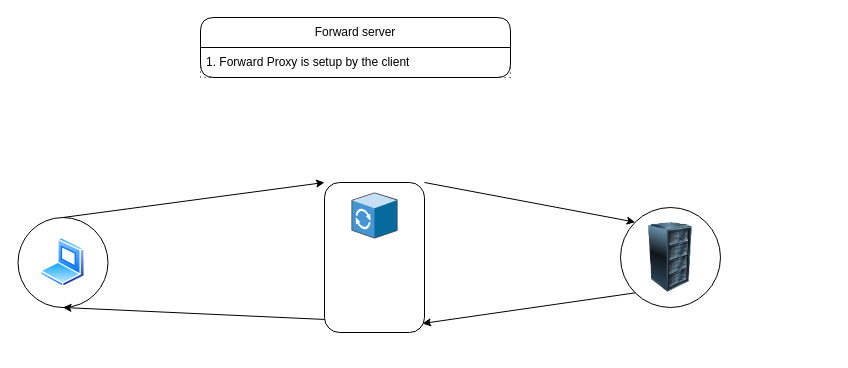
The draw.io diagram computer-networking/proxy-server/forward-proxy/forward-proxy.dio in knkrn5/Programming-Concepts, before the edit. Source tidied: cells renumbered, new cells numbered last; positions are measured from the earlier drawing's top-left corner, leaving out a move shared by most shapes. Both pictures are drawn from the tidied source at 100%, with x=0, y=0 at pixel (18, 17).
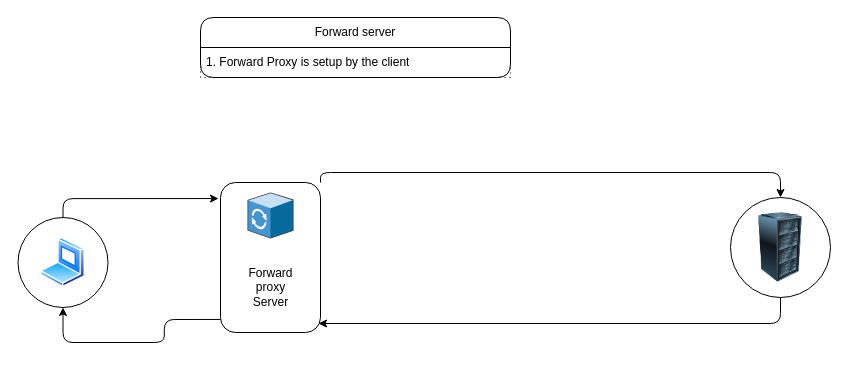
Above is the later version.

Diff of the diagram source:
```diff
@@
 <mxGraphModel background="#ffffff">
   <root>
     <mxCell id="0" />
     <mxCell id="1" parent="0" />
     <mxCell id="2" value="Forward server" style="swimlane;fontStyle=0;horizontal=1;startSize=30;whiteSpace=wrap;html=1;rounded=1;" parent="1" vertex="1">
       <mxGeometry x="182" width="310" height="60" as="geometry" />
     </mxCell>
     <mxCell id="3" value="1. Forward Proxy is setup by the client" style="text;strokeColor=default;fillColor=none;align=left;verticalAlign=middle;spacingLeft=4;spacingRight=4;overflow=hidden;whiteSpace=wrap;html=1;dashed=1;dashPattern=1 4;" parent="2" vertex="1">
       <mxGeometry y="30" width="310" height="30" as="geometry" />
     </mxCell>
     <mxCell id="4" style="group;" parent="1" vertex="1">
       <mxGeometry x="-0.5" y="200" width="90" height="90" as="geometry" />
     </mxCell>
     <mxCell id="5" style="image;perimeter=ellipsePerimeter;html=1;align=center;shadow=0;dashed=0;spacingTop=3;image=img/lib/active_directory/laptop_client.svg;" parent="4" vertex="1">
       <mxGeometry x="22.5" y="20" width="45" height="50" as="geometry" />
     </mxCell>
     <mxCell id="6" style="ellipse;whiteSpace=wrap;html=1;fillColor=none;" parent="4" vertex="1">
       <mxGeometry width="90" height="90" as="geometry" />
     </mxCell>
     <mxCell id="7" style="group;" parent="1" vertex="1">
-      <mxGeometry x="306" y="165" width="100" height="150" as="geometry" />
+      <mxGeometry x="202" y="165" width="100" height="150" as="geometry" />
     </mxCell>
     <mxCell id="8" style="rounded=1;whiteSpace=wrap;html=1;" parent="7" vertex="1">
       <mxGeometry width="100" height="150" as="geometry" />
     </mxCell>
     <mxCell id="9" style="shadow=0;dashed=0;html=1;labelPosition=center;verticalLabelPosition=bottom;verticalAlign=top;align=center;shape=mxgraph.veeam.3d.proxy;" parent="7" vertex="1">
       <mxGeometry x="27" y="10" width="46" height="46" as="geometry" />
     </mxCell>
+    <mxCell id="17" value="&lt;font style=&quot;color: light-dark(rgb(0, 0, 0), rgb(255, 255, 255));&quot;&gt;Forward&lt;/font&gt;&lt;div&gt;&lt;font style=&quot;color: light-dark(rgb(0, 0, 0), rgb(255, 255, 255));&quot;&gt;proxy&lt;/font&gt;&lt;/div&gt;&lt;div&gt;&lt;font style=&quot;color: light-dark(rgb(0, 0, 0), rgb(255, 255, 255));&quot;&gt;Server&lt;/font&gt;&lt;/div&gt;" style="text;html=1;align=center;verticalAlign=middle;strokeColor=none;fillColor=none;" parent="7" vertex="1">
+      <mxGeometry x="15" y="75" width="70" height="60" as="geometry" />
+    </mxCell>
     <mxCell id="10" style="group;" parent="1" vertex="1">
-      <mxGeometry x="602" y="190" width="100" height="100" as="geometry" />
+      <mxGeometry x="712" y="180" width="100" height="100" as="geometry" />
     </mxCell>
     <mxCell id="11" style="ellipse;whiteSpace=wrap;html=1;" parent="10" vertex="1">
       <mxGeometry width="100" height="100" as="geometry" />
     </mxCell>
     <mxCell id="12" style="image;html=1;image=img/lib/clip_art/computers/Server_Rack_128x128.png;" parent="10" vertex="1">
       <mxGeometry x="15" y="15" width="70" height="70" as="geometry" />
     </mxCell>
-    <mxCell id="13" style="edgeStyle=none;html=1;exitX=0.5;exitY=0;exitDx=0;exitDy=0;entryX=0;entryY=0;entryDx=0;entryDy=0;" parent="1" edge="1" source="6" target="8">
+    <mxCell id="13" style="edgeStyle=orthogonalEdgeStyle;html=1;exitX=0.5;exitY=0;exitDx=0;exitDy=0;entryX=-0.02;entryY=0.107;entryDx=0;entryDy=0;entryPerimeter=0;flowAnimation=1;" parent="1" edge="1" source="6" target="8">
       <mxGeometry relative="1" as="geometry" />
     </mxCell>
-    <mxCell id="14" style="edgeStyle=none;html=1;exitX=1;exitY=0;exitDx=0;exitDy=0;entryX=0;entryY=0;entryDx=0;entryDy=0;" parent="1" edge="1" source="8" target="11">
+    <mxCell id="14" style="edgeStyle=orthogonalEdgeStyle;html=1;exitX=1;exitY=0;exitDx=0;exitDy=0;entryX=0.5;entryY=0;entryDx=0;entryDy=0;flowAnimation=1;" parent="1" edge="1" source="8" target="11">
       <mxGeometry relative="1" as="geometry" />
     </mxCell>
-    <mxCell id="15" style="edgeStyle=none;html=1;exitX=0;exitY=1;exitDx=0;exitDy=0;entryX=0.98;entryY=0.94;entryDx=0;entryDy=0;entryPerimeter=0;" parent="1" edge="1" source="11" target="8">
+    <mxCell id="15" style="edgeStyle=orthogonalEdgeStyle;html=1;exitX=0.5;exitY=1;exitDx=0;exitDy=0;entryX=0.98;entryY=0.94;entryDx=0;entryDy=0;entryPerimeter=0;flowAnimation=1;" parent="1" edge="1" source="11" target="8">
       <mxGeometry relative="1" as="geometry" />
     </mxCell>
-    <mxCell id="16" style="edgeStyle=none;html=1;entryX=0.5;entryY=1;entryDx=0;entryDy=0;exitX=0;exitY=0.913;exitDx=0;exitDy=0;exitPerimeter=0;" parent="1" edge="1" source="8" target="6">
+    <mxCell id="16" style="edgeStyle=orthogonalEdgeStyle;html=1;entryX=0.5;entryY=1;entryDx=0;entryDy=0;exitX=0;exitY=0.913;exitDx=0;exitDy=0;exitPerimeter=0;flowAnimation=1;" parent="1" edge="1" source="8" target="6">
       <mxGeometry relative="1" as="geometry" />
     </mxCell>
   </root>
 </mxGraphModel>
```
